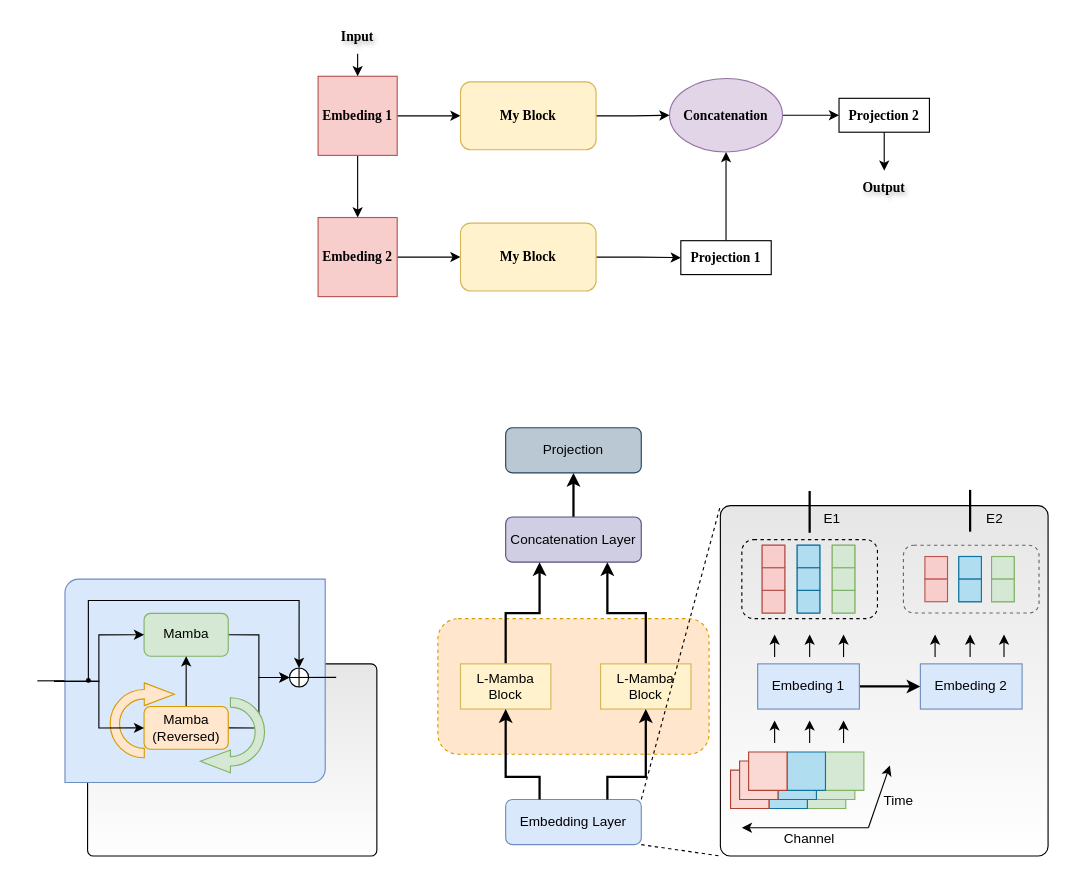
nanxi666/TimeMachine keeps this draw.io diagram as page "第 4 页" (4 of 5) of pics/my_model.drawio. Above is the earlier version. Source tidied: cells renumbered, new cells numbered last; positions are measured from the earlier drawing's top-left corner, leaving out a move shared by most shapes. Both pictures are drawn from the tidied source at 113%, with x=0, y=0 at pixel (19, 19).
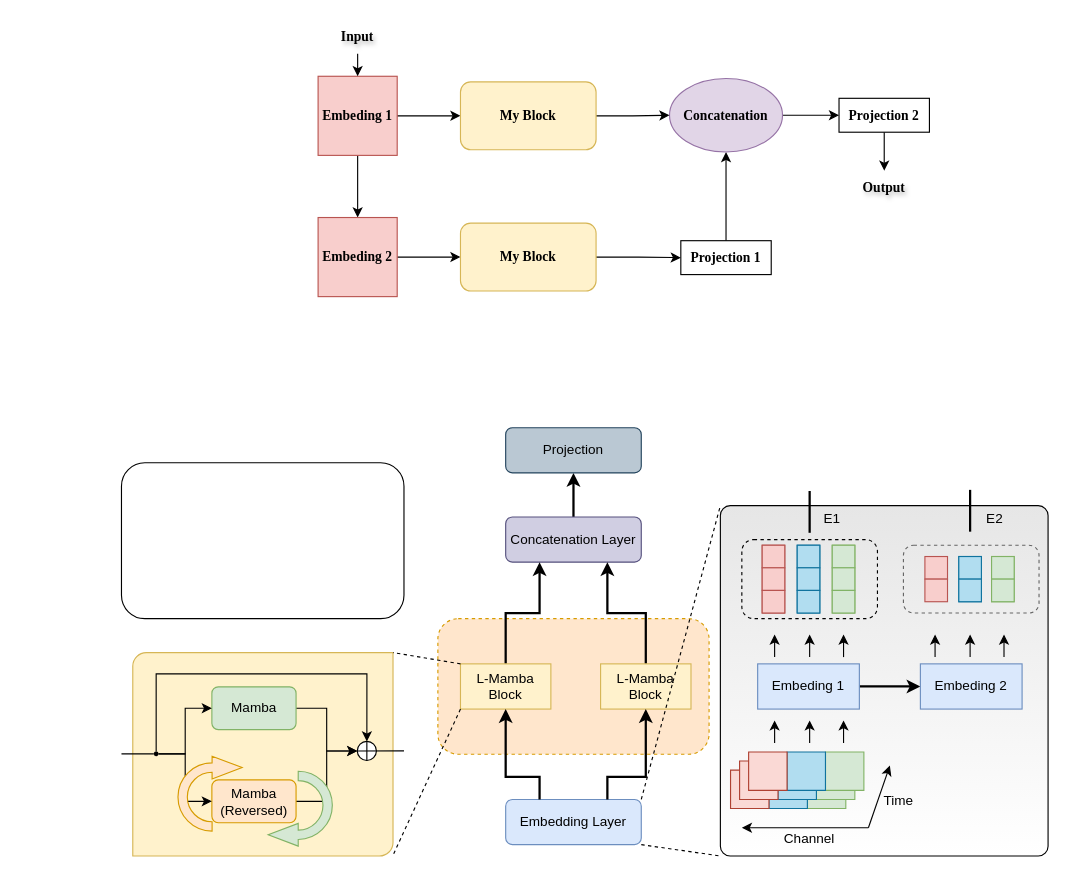
After the change.

The change refers to these unchanged cells:
```xml
<mxCell id="27" value="L-Mamba Block" style="rounded=0;whiteSpace=wrap;html=1;fillColor=#fff2cc;strokeColor=#d6b656;" parent="1" vertex="1">
  <mxGeometry x="390" y="570" width="80" height="40" as="geometry" />
</mxCell>
<mxCell id="85" style="group;" parent="84" vertex="1">
  <mxGeometry x="40" width="230.3" height="180" as="geometry" />
</mxCell>
<mxCell id="95" style="ellipse;whiteSpace=wrap;html=1;" parent="94" vertex="1">
  <mxGeometry width="16.9" height="16.9" as="geometry" />
</mxCell>
```

What changed in the source:
```diff
@@
-    <mxCell id="82" style="rounded=1;whiteSpace=wrap;html=1;arcSize=3;gradientColor=#FFFFFF;fillColor=#E6E6E6;" parent="1" vertex="1">
-      <mxGeometry x="60" y="570" width="256" height="170" as="geometry" />
-    </mxCell>
-    <mxCell id="83" style="group;" parent="1" vertex="1">
-      <mxGeometry y="495" width="280" height="180" as="geometry" />
-    </mxCell>
+    <mxCell id="105" style="rounded=0;jettySize=auto;html=1;exitX=0;exitY=1;exitDx=0;exitDy=0;dashed=1;endArrow=none;startFill=0;" parent="1" edge="1" source="27">
+      <mxGeometry relative="1" as="geometry">
+        <mxPoint x="330" y="740" as="targetPoint" />
+      </mxGeometry>
+    </mxCell>
-    <mxCell id="84" style="group;" parent="83" vertex="1">
-      <mxGeometry width="280" height="180" as="geometry" />
+    <mxCell id="84" style="group;" parent="1" vertex="1">
+      <mxGeometry x="60" y="560" width="280" height="180" as="geometry" />
     </mxCell>
@@
-    <mxCell id="86" style="edgeStyle=orthogonalEdgeStyle;rounded=0;jettySize=auto;html=1;exitX=0;exitY=0.5;exitDx=0;exitDy=0;exitPerimeter=0;entryX=0;entryY=0.5;entryDx=0;entryDy=0;" parent="85" edge="1" source="88" target="90">
-      <mxGeometry relative="1" as="geometry">
-        <Array as="points">
-          <mxPoint x="45.4" y="90.4" />
-          <mxPoint x="45.4" y="49" />
-        </Array>
-      </mxGeometry>
-    </mxCell>
-    <mxCell id="87" style="edgeStyle=orthogonalEdgeStyle;rounded=0;jettySize=auto;html=1;exitX=0;exitY=0.5;exitDx=0;exitDy=0;exitPerimeter=0;endArrow=none;startFill=0;" parent="85" edge="1" source="88">
-      <mxGeometry relative="1" as="geometry">
-        <mxPoint x="-24.5" y="89.6" as="targetPoint" />
-      </mxGeometry>
-    </mxCell>
-    <mxCell id="88" style="verticalLabelPosition=bottom;verticalAlign=top;html=1;shape=mxgraph.basic.diag_round_rect;dx=6;whiteSpace=wrap;fillColor=#dae8fc;strokeColor=#6c8ebf;" parent="85" vertex="1">
+    <mxCell id="88" style="verticalLabelPosition=bottom;verticalAlign=top;html=1;shape=mxgraph.basic.diag_round_rect;dx=6;whiteSpace=wrap;fillColor=#fff2cc;strokeColor=#d6b656;" parent="85" vertex="1">
       <mxGeometry width="230.3" height="180" as="geometry" />
     </mxCell>
+    <mxCell id="106" style="group;" parent="85" vertex="1">
+      <mxGeometry x="18.6" y="18.9" width="197.8" height="152.4" as="geometry" />
+    </mxCell>
-    <mxCell id="89" style="edgeStyle=orthogonalEdgeStyle;rounded=0;jettySize=auto;html=1;exitX=1;exitY=0.5;exitDx=0;exitDy=0;entryX=0;entryY=0.5;entryDx=0;entryDy=0;" parent="85" edge="1" source="90" target="95">
+    <mxCell id="89" style="edgeStyle=orthogonalEdgeStyle;rounded=0;jettySize=auto;html=1;exitX=1;exitY=0.5;exitDx=0;exitDy=0;entryX=0;entryY=0.5;entryDx=0;entryDy=0;" parent="106" edge="1" source="90" target="95">
       <mxGeometry relative="1" as="geometry" />
     </mxCell>
-    <mxCell id="90" value="Mamba" style="rounded=1;whiteSpace=wrap;html=1;fillColor=#d5e8d4;strokeColor=#82b366;" parent="85" vertex="1">
-      <mxGeometry x="70" y="30.3" width="74.5" height="37.9" as="geometry" />
+    <mxCell id="90" value="Mamba" style="rounded=1;whiteSpace=wrap;html=1;fillColor=#d5e8d4;strokeColor=#82b366;" parent="106" vertex="1">
+      <mxGeometry x="51.4" y="11.4" width="74.5" height="37.9" as="geometry" />
     </mxCell>
-    <mxCell id="91" style="edgeStyle=orthogonalEdgeStyle;rounded=0;jettySize=auto;html=1;" parent="85" edge="1" source="93" target="90">
-      <mxGeometry relative="1" as="geometry" />
-    </mxCell>
-    <mxCell id="92" style="edgeStyle=orthogonalEdgeStyle;rounded=0;jettySize=auto;html=1;exitX=1;exitY=0.5;exitDx=0;exitDy=0;entryX=0;entryY=0.5;entryDx=0;entryDy=0;" parent="85" edge="1" source="93" target="95">
+    <mxCell id="92" style="edgeStyle=orthogonalEdgeStyle;rounded=0;jettySize=auto;html=1;exitX=1;exitY=0.5;exitDx=0;exitDy=0;entryX=0;entryY=0.5;entryDx=0;entryDy=0;" parent="106" edge="1" source="93" target="95">
       <mxGeometry relative="1" as="geometry" />
     </mxCell>
-    <mxCell id="93" value="Mamba&lt;div&gt;(Reversed)&lt;/div&gt;" style="rounded=1;whiteSpace=wrap;html=1;fillColor=#ffe6cc;strokeColor=#d79b00;" parent="85" vertex="1">
-      <mxGeometry x="70" y="112.7" width="74.5" height="37.9" as="geometry" />
+    <mxCell id="93" value="Mamba&lt;div&gt;(Reversed)&lt;/div&gt;" style="rounded=1;whiteSpace=wrap;html=1;fillColor=#ffe6cc;strokeColor=#d79b00;" parent="106" vertex="1">
+      <mxGeometry x="51.4" y="93.8" width="74.5" height="37.9" as="geometry" />
     </mxCell>
-    <mxCell id="94" style="group;" parent="85" vertex="1">
-      <mxGeometry x="198.7" y="78.6" width="17.7" height="18.9" as="geometry" />
+    <mxCell id="94" style="group;" parent="106" vertex="1">
+      <mxGeometry x="180.1" y="59.7" width="17.7" height="18.9" as="geometry" />
     </mxCell>
@@
-    <mxCell id="98" style="edgeStyle=orthogonalEdgeStyle;rounded=0;orthogonalLoop=1;jettySize=auto;html=1;exitX=0;exitY=0;exitDx=0;exitDy=42;exitPerimeter=0;" parent="85" edge="1">
+    <mxCell id="98" style="edgeStyle=orthogonalEdgeStyle;rounded=0;orthogonalLoop=1;jettySize=auto;html=1;exitX=0;exitY=0;exitDx=0;exitDy=42;exitPerimeter=0;" parent="106" edge="1">
       <mxGeometry relative="1" as="geometry">
-        <mxPoint x="195.2" y="139.3" as="sourcePoint" />
-        <mxPoint x="195.2" y="139.3" as="targetPoint" />
+        <mxPoint x="176.5" y="120.3" as="sourcePoint" />
+        <mxPoint x="176.5" y="120.3" as="targetPoint" />
       </mxGeometry>
     </mxCell>
-    <mxCell id="99" style="html=1;shadow=0;dashed=0;align=center;verticalAlign=middle;shape=mxgraph.arrows2.uTurnArrow;dy=4.14;arrowHead=20.11;dx2=26.58;fillColor=#ffe6cc;strokeColor=#d79b00;" parent="85" vertex="1">
-      <mxGeometry x="40" y="91.8" width="26.6" height="66.3" as="geometry" />
-    </mxCell>
-    <mxCell id="100" style="edgeStyle=orthogonalEdgeStyle;rounded=0;jettySize=auto;html=1;entryX=0.5;entryY=0;entryDx=0;entryDy=0;" parent="85" edge="1" source="101" target="95">
+    <mxCell id="100" style="edgeStyle=orthogonalEdgeStyle;rounded=0;jettySize=auto;html=1;entryX=0.5;entryY=0;entryDx=0;entryDy=0;" parent="106" edge="1" source="101" target="95">
       <mxGeometry relative="1" as="geometry">
         <Array as="points">
-          <mxPoint x="20.4" y="18.9" />
-          <mxPoint x="207.6" y="18.9" />
+          <mxPoint x="1.8" />
+          <mxPoint x="189" />
         </Array>
       </mxGeometry>
     </mxCell>
+    <mxCell id="107" style="edgeStyle=orthogonalEdgeStyle;rounded=0;jettySize=auto;html=1;endArrow=none;startFill=0;" parent="106" edge="1" source="101">
+      <mxGeometry relative="1" as="geometry">
+        <mxPoint x="-28.6" y="70.7" as="targetPoint" />
+      </mxGeometry>
+    </mxCell>
+    <mxCell id="108" style="edgeStyle=orthogonalEdgeStyle;rounded=0;jettySize=auto;html=1;entryX=0;entryY=0.5;entryDx=0;entryDy=0;" parent="106" edge="1" source="101" target="93">
+      <mxGeometry relative="1" as="geometry" />
+    </mxCell>
+    <mxCell id="109" style="edgeStyle=orthogonalEdgeStyle;rounded=0;jettySize=auto;html=1;entryX=0;entryY=0.5;entryDx=0;entryDy=0;" parent="106" edge="1" source="101" target="90">
+      <mxGeometry relative="1" as="geometry" />
+    </mxCell>
-    <mxCell id="101" style="ellipse;whiteSpace=wrap;html=1;fillColor=#000000;strokeWidth=0;" parent="85" vertex="1">
-      <mxGeometry x="18.6" y="87.6" width="4.2" height="4.2" as="geometry" />
+    <mxCell id="101" style="ellipse;whiteSpace=wrap;html=1;fillColor=#000000;strokeWidth=0;" parent="106" vertex="1">
+      <mxGeometry y="68.6" width="4.2" height="4.2" as="geometry" />
     </mxCell>
-    <mxCell id="102" style="html=1;shadow=0;dashed=0;align=center;verticalAlign=middle;shape=mxgraph.arrows2.uTurnArrow;dy=4.14;arrowHead=20.11;dx2=26.58;fillColor=#d5e8d4;strokeColor=#82b366;rotation=-180;" parent="85" vertex="1">
-      <mxGeometry x="150" y="105" width="26.6" height="66.3" as="geometry" />
+    <mxCell id="102" style="html=1;shadow=0;dashed=0;align=center;verticalAlign=middle;shape=mxgraph.arrows2.uTurnArrow;dy=4.14;arrowHead=20.11;dx2=26.58;fillColor=#d5e8d4;strokeColor=#82b366;rotation=-180;" parent="106" vertex="1">
+      <mxGeometry x="131.4" y="86.1" width="26.6" height="66.3" as="geometry" />
     </mxCell>
-    <mxCell id="103" style="edgeStyle=orthogonalEdgeStyle;rounded=0;jettySize=auto;html=1;entryX=0;entryY=0.5;entryDx=0;entryDy=0;" parent="83" edge="1" target="90">
-      <mxGeometry relative="1" as="geometry">
-        <mxPoint x="30.3" y="90.5" as="sourcePoint" />
-        <Array as="points">
-          <mxPoint x="70" y="91" />
-          <mxPoint x="70" y="49" />
-        </Array>
-      </mxGeometry>
-    </mxCell>
-    <mxCell id="104" style="edgeStyle=orthogonalEdgeStyle;rounded=0;jettySize=auto;html=1;entryX=0;entryY=0.5;entryDx=0;entryDy=0;" parent="83" edge="1" target="93">
-      <mxGeometry relative="1" as="geometry">
-        <mxPoint x="30.3" y="90.5" as="sourcePoint" />
-        <Array as="points">
-          <mxPoint x="70" y="91" />
-          <mxPoint x="70" y="132" />
-        </Array>
-      </mxGeometry>
-    </mxCell>
+    <mxCell id="99" style="html=1;shadow=0;dashed=0;align=center;verticalAlign=middle;shape=mxgraph.arrows2.uTurnArrow;dy=4.14;arrowHead=20.11;dx2=26.58;fillColor=#ffe6cc;strokeColor=#d79b00;" parent="106" vertex="1">
+      <mxGeometry x="21.4" y="72.8" width="26.6" height="66.3" as="geometry" />
+    </mxCell>
+    <mxCell id="110" style="rounded=0;jettySize=auto;html=1;exitX=0;exitY=0;exitDx=0;exitDy=0;entryX=1;entryY=0;entryDx=0;entryDy=0;entryPerimeter=0;endArrow=none;startFill=0;dashed=1;" parent="1" edge="1" source="27" target="88">
+      <mxGeometry relative="1" as="geometry" />
+    </mxCell>
+    <mxCell id="111" style="rounded=1;whiteSpace=wrap;html=1;" parent="1" vertex="1">
+      <mxGeometry x="90" y="392" width="250" height="138" as="geometry" />
+    </mxCell>
```
